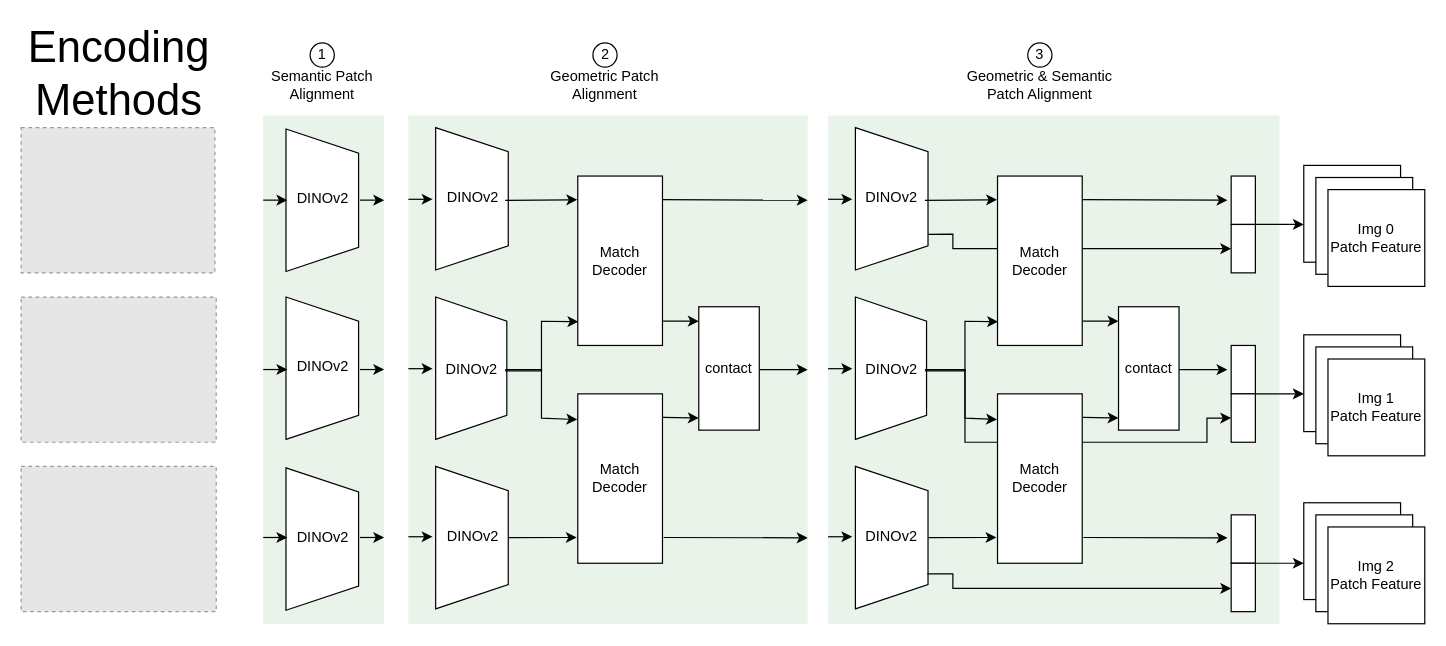
The draw.io diagram 831.drawio in infinity1096/CV-network-fulltrace, before the edit. Source tidied: cells renumbered, new cells numbered last; positions are measured from the earlier drawing's top-left corner, leaving out a move shared by most shapes. Both pictures are drawn from the tidied source at 121%, with x=0, y=0 at pixel (21, 30). Pictures stored in the file or linked from it are replaced by grey dashed boxes.
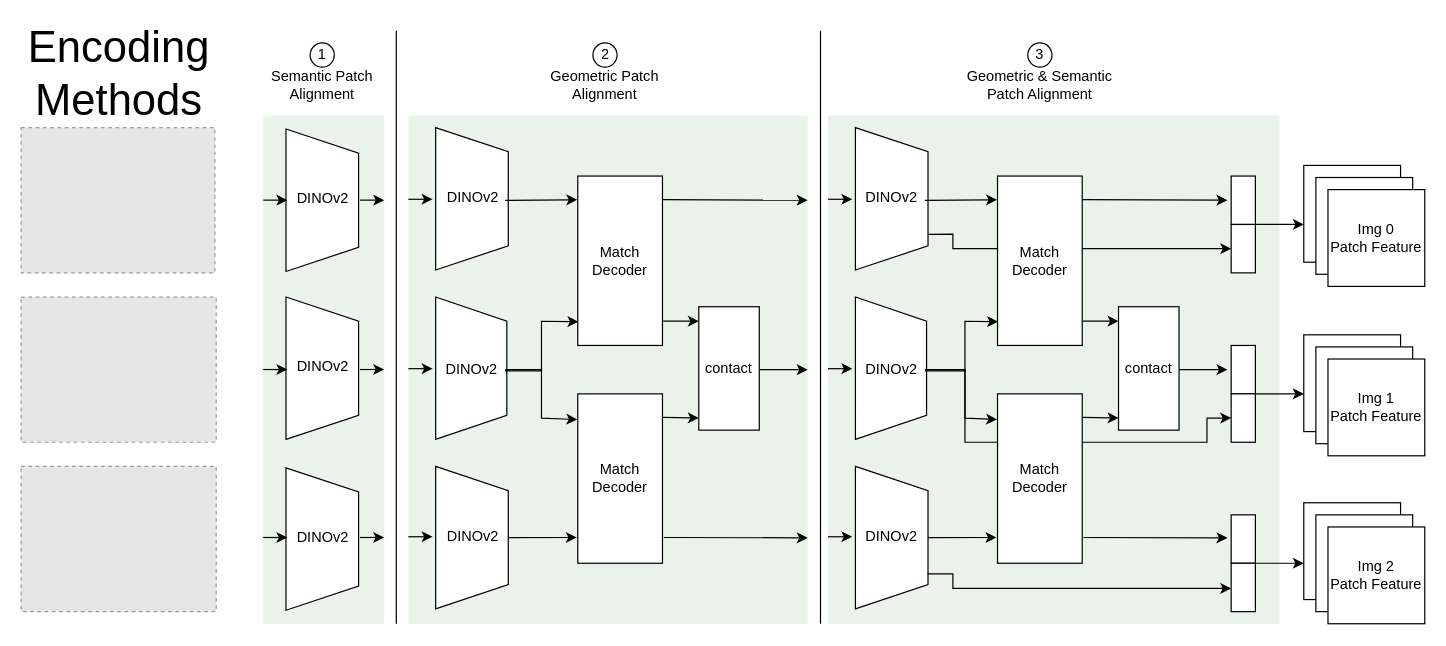
The same diagram, later.

What changed in the source:
```diff
@@
+    <mxCell id="90" style="endArrow=none;html=1;rounded=0;" parent="1" edge="1">
+      <mxGeometry relative="1" as="geometry">
+        <mxPoint x="310" y="490" as="sourcePoint" />
+        <mxPoint x="310" as="targetPoint" />
+      </mxGeometry>
+    </mxCell>
+    <mxCell id="91" style="endArrow=none;html=1;rounded=0;" parent="1" edge="1">
+      <mxGeometry relative="1" as="geometry">
+        <mxPoint x="660.6" y="490" as="sourcePoint" />
+        <mxPoint x="660.6" as="targetPoint" />
+      </mxGeometry>
+    </mxCell>
```
